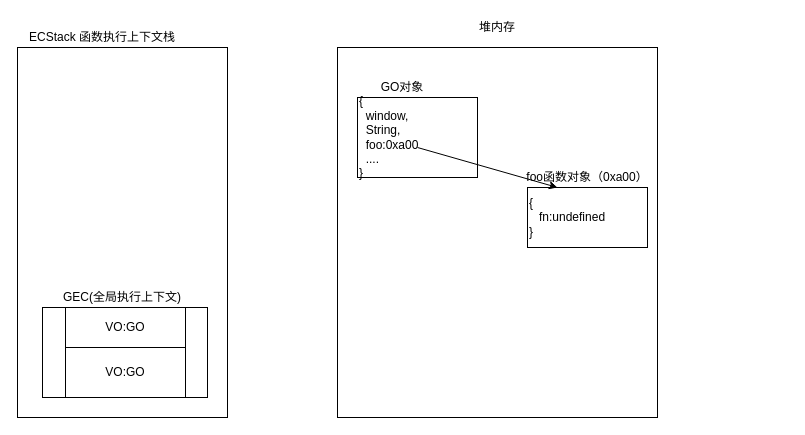
98lxh/JavaScript-Basic keeps this draw.io diagram as 04_learn_closure/flowChart/cognitiveHeigherOrderFunc.drawio. Above is the earlier version. Source tidied: cells renumbered, new cells numbered last; positions are measured from the earlier drawing's top-left corner, leaving out a move shared by most shapes. Both pictures are drawn from the tidied source at 100%, with x=0, y=0 at pixel (17, 17).
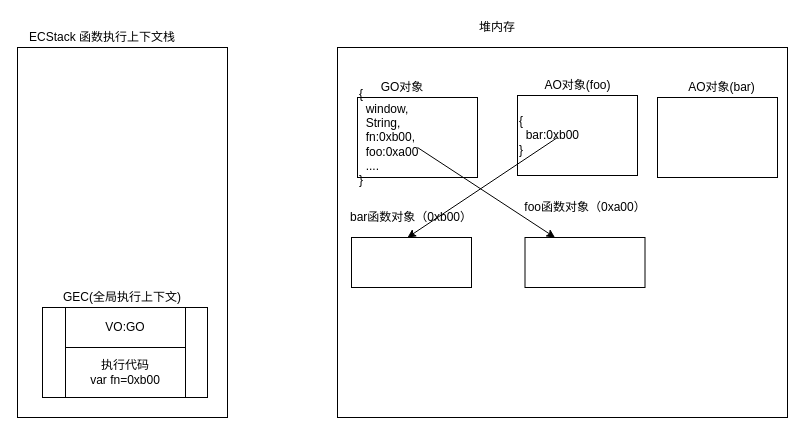
The same page after the edit.

Diff of the diagram source:
```diff
@@
     <mxCell id="4" style="rounded=0;whiteSpace=wrap;html=1;" parent="1" vertex="1">
-      <mxGeometry x="320" y="30" width="320" height="370" as="geometry" />
+      <mxGeometry x="320" y="30" width="450" height="370" as="geometry" />
     </mxCell>
@@
-    <mxCell id="6" value="{&lt;br&gt;&amp;nbsp; window,&lt;br&gt;&amp;nbsp; String,&lt;br&gt;&amp;nbsp; foo:0xa00&lt;br&gt;&amp;nbsp; ....&lt;br&gt;}" style="rounded=0;whiteSpace=wrap;html=1;align=left;" parent="1" vertex="1">
+    <mxCell id="6" value="{&lt;br&gt;&amp;nbsp; window,&lt;br&gt;&amp;nbsp; String,&lt;br&gt;&amp;nbsp; fn:0xb00,&lt;br&gt;&amp;nbsp; foo:0xa00&lt;br&gt;&amp;nbsp; ....&lt;br&gt;}" style="rounded=0;whiteSpace=wrap;html=1;align=left;" parent="1" vertex="1">
       <mxGeometry x="340" y="80" width="120" height="80" as="geometry" />
     </mxCell>
@@
-    <mxCell id="10" value="{&lt;br&gt;&amp;nbsp; &amp;nbsp;fn:undefined&lt;br&gt;}" style="rounded=0;whiteSpace=wrap;html=1;align=left;" parent="1" vertex="1">
-      <mxGeometry x="510" y="170" width="120" height="60" as="geometry" />
+    <mxCell id="10" style="rounded=0;whiteSpace=wrap;html=1;align=left;" parent="1" vertex="1">
+      <mxGeometry x="507.5" y="220" width="120" height="50" as="geometry" />
     </mxCell>
     <mxCell id="11" value="foo函数对象（0xa00）" style="text;html=1;strokeColor=none;fillColor=none;align=center;verticalAlign=middle;whiteSpace=wrap;rounded=0;" parent="1" vertex="1">
-      <mxGeometry x="505" y="150" width="130" height="20" as="geometry" />
+      <mxGeometry x="502.5" y="180" width="130" height="20" as="geometry" />
     </mxCell>
@@
-    <mxCell id="14" value="VO:GO" style="rounded=0;whiteSpace=wrap;html=1;" parent="1" vertex="1">
+    <mxCell id="14" value="执行代码&lt;br&gt;var fn=0xb00" style="rounded=0;whiteSpace=wrap;html=1;" parent="1" vertex="1">
       <mxGeometry x="48" y="330" width="120" height="50" as="geometry" />
     </mxCell>
+    <mxCell id="15" value="{&lt;br&gt;&amp;nbsp; bar:0xb00&lt;br&gt;}" style="rounded=0;whiteSpace=wrap;html=1;align=left;" parent="1" vertex="1">
+      <mxGeometry x="500" y="78" width="120" height="80" as="geometry" />
+    </mxCell>
+    <mxCell id="16" value="AO对象(foo)" style="text;html=1;strokeColor=none;fillColor=none;align=center;verticalAlign=middle;whiteSpace=wrap;rounded=0;" parent="1" vertex="1">
+      <mxGeometry x="517.5" y="58" width="85" height="20" as="geometry" />
+    </mxCell>
+    <mxCell id="17" style="rounded=0;whiteSpace=wrap;html=1;align=left;" parent="1" vertex="1">
+      <mxGeometry x="334" y="220" width="120" height="50" as="geometry" />
+    </mxCell>
+    <mxCell id="18" value="bar函数对象（0xb00）" style="text;html=1;strokeColor=none;fillColor=none;align=center;verticalAlign=middle;whiteSpace=wrap;rounded=0;" parent="1" vertex="1">
+      <mxGeometry x="329" y="190" width="130" height="20" as="geometry" />
+    </mxCell>
+    <mxCell id="19" style="rounded=0;whiteSpace=wrap;html=1;align=left;" parent="1" vertex="1">
+      <mxGeometry x="640" y="80" width="120" height="80" as="geometry" />
+    </mxCell>
+    <mxCell id="20" value="AO对象(bar)" style="text;html=1;strokeColor=none;fillColor=none;align=center;verticalAlign=middle;whiteSpace=wrap;rounded=0;" parent="1" vertex="1">
+      <mxGeometry x="662" y="60" width="85" height="20" as="geometry" />
+    </mxCell>
+    <mxCell id="21" style="endArrow=classic;html=1;" parent="1" edge="1">
+      <mxGeometry relative="1" as="geometry">
+        <mxPoint x="540" y="120" as="sourcePoint" />
+        <mxPoint x="390" y="220" as="targetPoint" />
+      </mxGeometry>
+    </mxCell>
```
